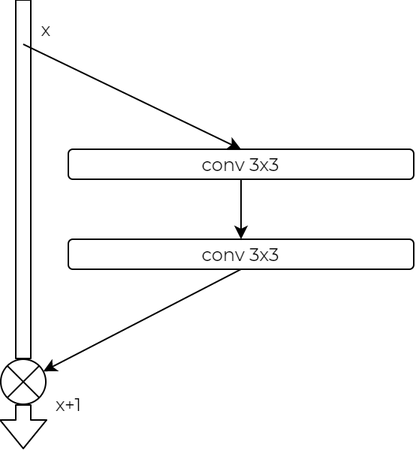
Before: src/img/WRN.png, a diagram exported from draw.io (yongtheskill/SCSECCreact). Source tidied: cells renumbered, new cells last; positions are measured from the earlier drawing's top-left corner, leaving out a move shared by most shapes.
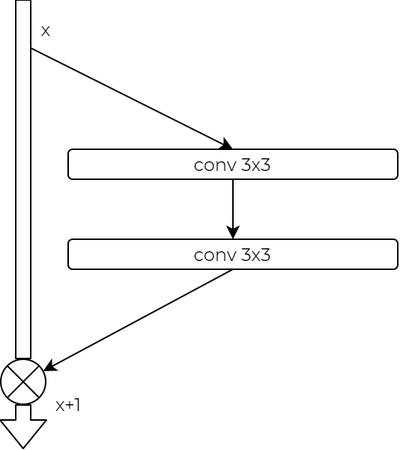
Above is the later version.

The edit, as a diff of the source:
```diff
@@ -2,7 +2,7 @@
   <root>
     <mxCell id="0" />
     <mxCell id="1" parent="0" />
-    <mxCell id="2" style="shape=flexArrow;endArrow=classic;html=1;" parent="1" edge="1" source="8">
+    <mxCell id="2" style="shape=flexArrow;endArrow=classic;html=1;fillColor=#ffffff;" parent="1" edge="1" source="8">
       <mxGeometry relative="1" as="geometry">
         <mxPoint x="15" y="300" as="targetPoint" />
       </mxGeometry>
@@ -11,10 +11,10 @@
       <mxGeometry relative="1" as="geometry" />
     </mxCell>
     <mxCell id="4" value="&lt;font face=&quot;montserrat&quot;&gt;conv 3x3&lt;/font&gt;" style="rounded=1;whiteSpace=wrap;html=1;" parent="1" vertex="1">
-      <mxGeometry x="45" y="100" width="230" height="20" as="geometry" />
+      <mxGeometry x="45" y="100" width="220" height="20" as="geometry" />
     </mxCell>
     <mxCell id="5" value="&lt;font face=&quot;montserrat&quot;&gt;conv 3x3&lt;/font&gt;" style="rounded=1;whiteSpace=wrap;html=1;" parent="1" vertex="1">
-      <mxGeometry x="45" y="160" width="230" height="20" as="geometry" />
+      <mxGeometry x="45" y="160" width="220" height="20" as="geometry" />
     </mxCell>
     <mxCell id="6" style="endArrow=classic;html=1;entryX=0.5;entryY=0;entryDx=0;entryDy=0;" parent="1" edge="1" target="4">
       <mxGeometry relative="1" as="geometry">
@@ -27,7 +27,7 @@
     <mxCell id="8" style="shape=sumEllipse;perimeter=ellipsePerimeter;whiteSpace=wrap;html=1;backgroundOutline=1;" parent="1" vertex="1">
       <mxGeometry y="240" width="30" height="30" as="geometry" />
     </mxCell>
-    <mxCell id="9" style="shape=flexArrow;endArrow=none;html=1;endFill=0;" parent="1" edge="1" target="8">
+    <mxCell id="9" style="shape=flexArrow;endArrow=none;html=1;endFill=0;fillColor=#ffffff;" parent="1" edge="1" target="8">
       <mxGeometry relative="1" as="geometry">
         <mxPoint x="15" as="sourcePoint" />
       </mxGeometry>
```
